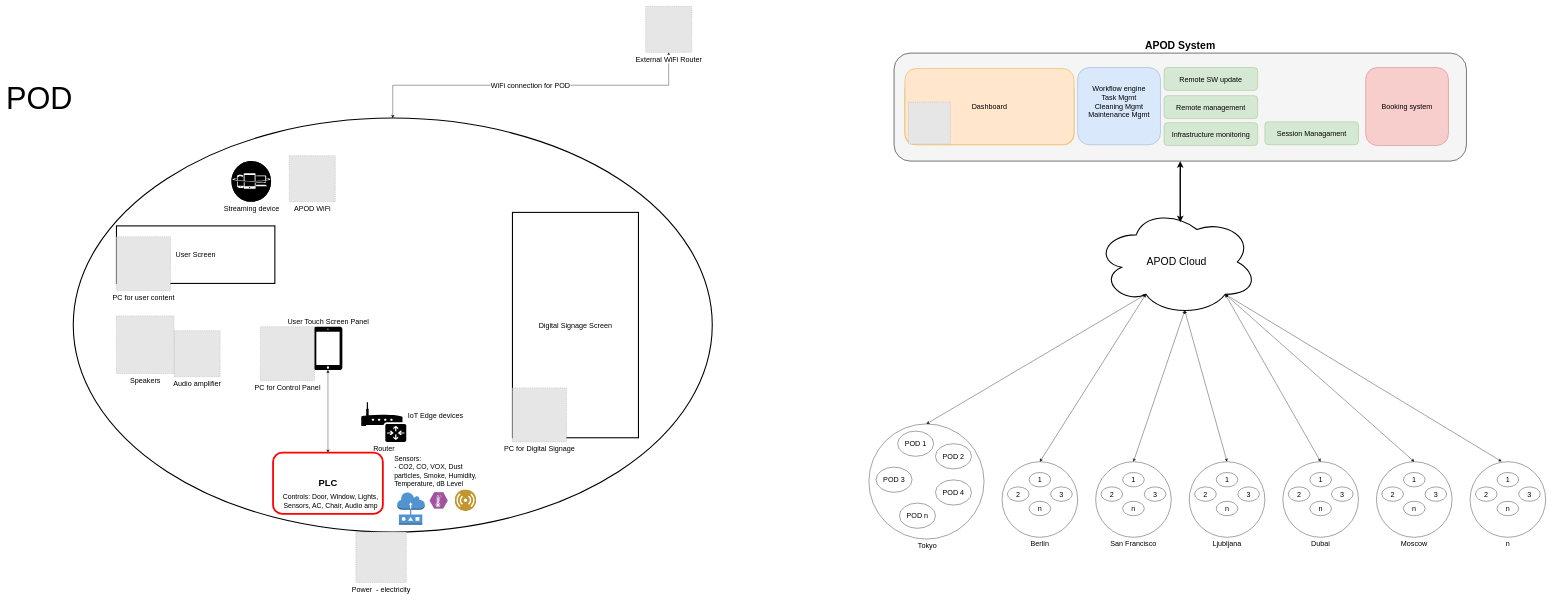
Above: AIRPOD_Diagram.drawio in matevz-dev/Airpod (draw.io), before the change. Source tidied: cells renumbered, new cells numbered last; positions are measured from the earlier drawing's top-left corner, leaving out a move shared by most shapes. Both pictures are drawn from the tidied source at 36%, with x=0, y=0 at pixel (73, 6). Pictures stored in the file or linked from it are replaced by grey dashed boxes.
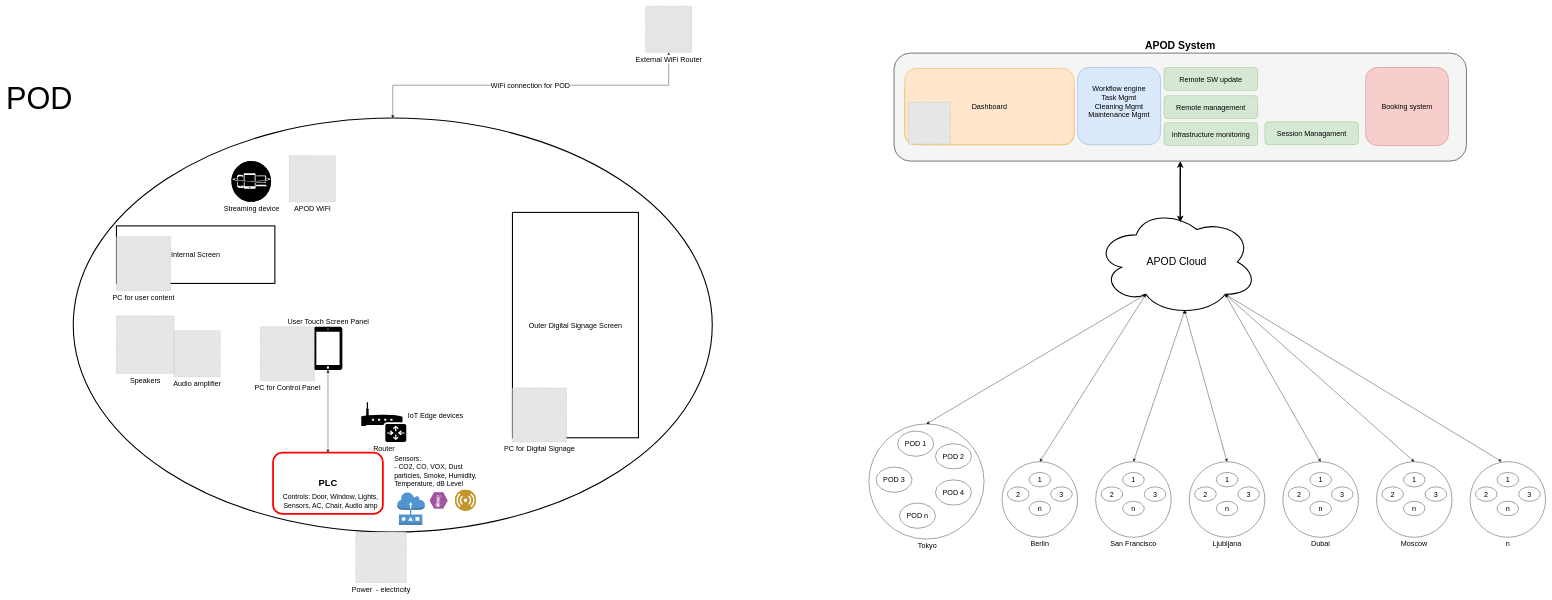
The same diagram, later.

Diff of the diagram source:
```diff
@@
-    <mxCell id="6" value="Digital Signage Screen" style="rounded=0;whiteSpace=wrap;html=1;strokeColor=#000000;strokeWidth=3;direction=south;fontSize=20;" parent="1" vertex="1">
+    <mxCell id="6" value="Outer Digital Signage Screen" style="rounded=0;whiteSpace=wrap;html=1;strokeColor=#000000;strokeWidth=3;direction=south;fontSize=20;" parent="1" vertex="1">
       <mxGeometry x="1220" y="572.5" width="350" height="626" as="geometry" />
     </mxCell>
@@
-    <mxCell id="15" value="User Screen" style="rounded=0;whiteSpace=wrap;html=1;strokeColor=#000000;strokeWidth=3;fontSize=20;align=center;" parent="1" vertex="1">
+    <mxCell id="15" value="Internal Screen" style="rounded=0;whiteSpace=wrap;html=1;strokeColor=#000000;strokeWidth=3;fontSize=20;align=center;" parent="1" vertex="1">
       <mxGeometry x="120" y="610" width="440" height="159.8" as="geometry" />
     </mxCell>
```
